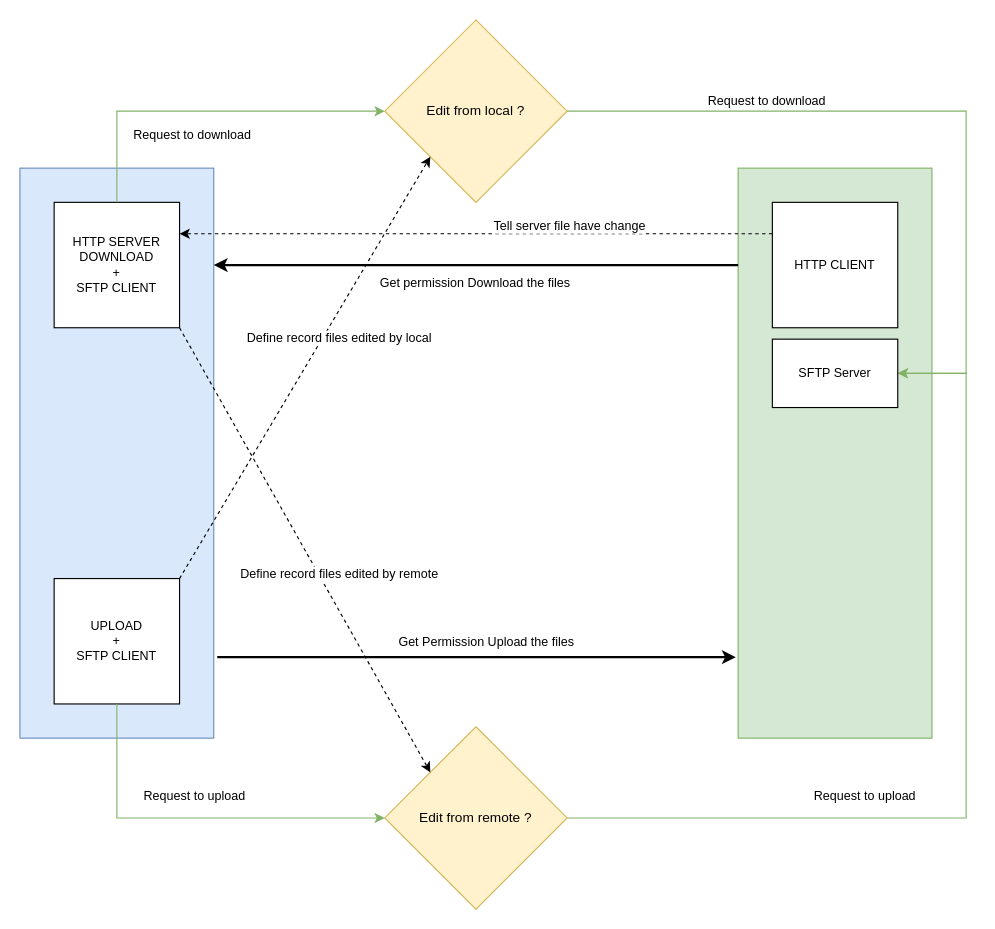
This is diagram_devsync2.drawio from rolldone/ngi-sync, a draw.io file, before an edit. Source tidied: cells renumbered, new cells numbered last; positions are measured from the earlier drawing's top-left corner, leaving out a move shared by most shapes. Both pictures are drawn from the tidied source at 114%, with x=0, y=0 at pixel (19, 19).
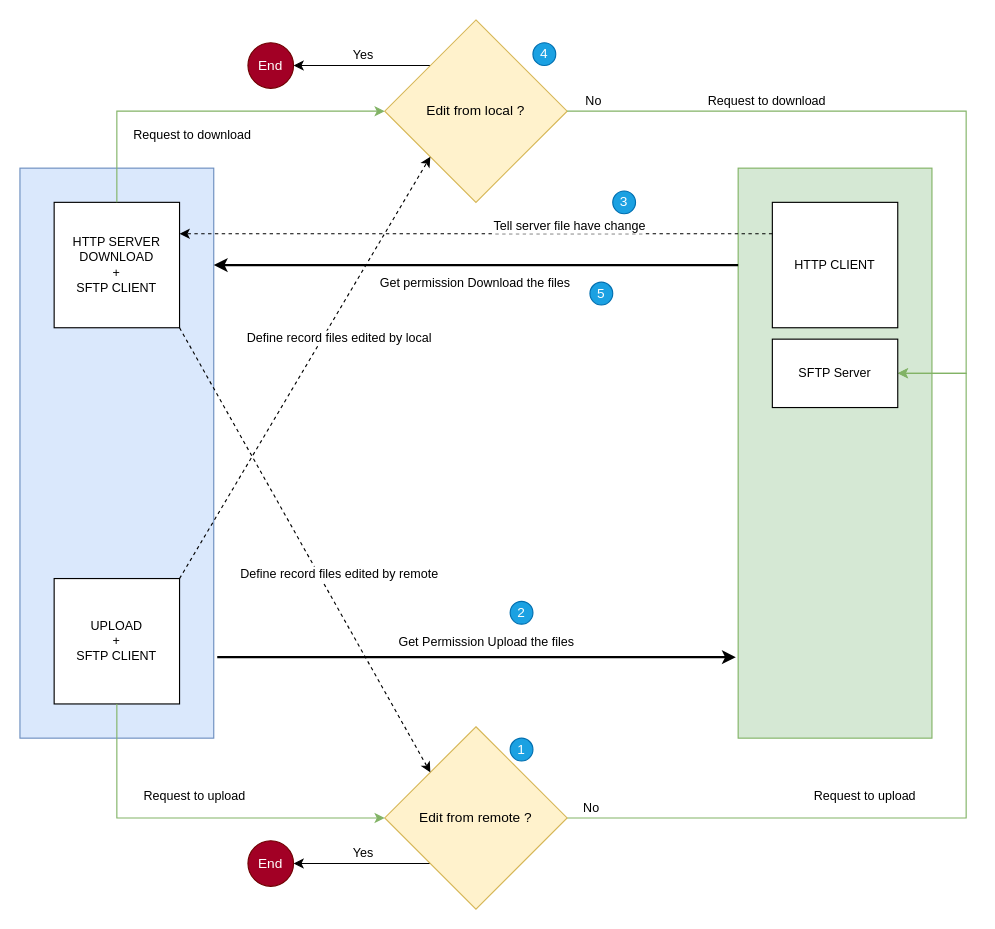
Above is the later version.

Commit message (it also covers changes not shown here):
New asset - Add scheme devsync and devsync2

The change refers to these unchanged cells:
```xml
<mxCell id="15" value="Edit from local ?" style="rhombus;whiteSpace=wrap;html=1;fillColor=#fff2cc;strokeColor=#d6b656;" parent="5" vertex="1">
  <mxGeometry x="320" width="160" height="160" as="geometry" />
</mxCell>
<mxCell id="18" style="endArrow=classic;html=1;exitX=1;exitY=0.5;exitDx=0;exitDy=0;entryX=1;entryY=0.5;entryDx=0;entryDy=0;rounded=0;fillColor=#d5e8d4;strokeColor=#82b366;" parent="5" edge="1" source="15" target="27">
  <mxGeometry relative="1" as="geometry">
    <Array as="points">
      <mxPoint x="830" y="80" />
      <mxPoint x="830" y="310" />
    </Array>
  </mxGeometry>
</mxCell>
<mxCell id="20" style="edgeStyle=orthogonalEdgeStyle;rounded=0;jettySize=auto;html=1;strokeWidth=1;entryX=1;entryY=0.5;entryDx=0;entryDy=0;fillColor=#d5e8d4;strokeColor=#82b366;exitX=1;exitY=0.5;exitDx=0;exitDy=0;" parent="5" edge="1" source="22" target="27">
  <mxGeometry relative="1" as="geometry">
    <Array as="points">
      <mxPoint x="830" y="700" />
      <mxPoint x="830" y="310" />
    </Array>
  </mxGeometry>
</mxCell>
<mxCell id="22" value="Edit from remote ?" style="rhombus;whiteSpace=wrap;html=1;fillColor=#fff2cc;strokeColor=#d6b656;" parent="5" vertex="1">
  <mxGeometry x="320" y="620" width="160" height="160" as="geometry" />
</mxCell>
```

Change to the diagram source:
```diff
@@
+    <mxCell id="30" style="edgeStyle=orthogonalEdgeStyle;rounded=0;jettySize=auto;html=1;exitX=0;exitY=0;exitDx=0;exitDy=0;entryX=1;entryY=0.5;entryDx=0;entryDy=0;" parent="5" edge="1" source="15" target="41">
+      <mxGeometry relative="1" as="geometry" />
+    </mxCell>
+    <mxCell id="31" value="Yes" style="edgeLabel;html=1;align=center;verticalAlign=middle;" parent="30" vertex="1">
+      <mxGeometry x="-0.17" y="1" relative="1" as="geometry">
+        <mxPoint x="-10" y="-11" as="offset" />
+      </mxGeometry>
+    </mxCell>
@@
+    <mxCell id="32" value="No" style="edgeLabel;html=1;align=center;verticalAlign=middle;" parent="18" vertex="1">
+      <mxGeometry x="-0.93" relative="1" as="geometry">
+        <mxPoint y="-10" as="offset" />
+      </mxGeometry>
+    </mxCell>
@@
+    <mxCell id="33" value="No" style="edgeLabel;html=1;align=center;verticalAlign=middle;" parent="20" vertex="1">
+      <mxGeometry x="-0.95" relative="1" as="geometry">
+        <mxPoint y="-10" as="offset" />
+      </mxGeometry>
+    </mxCell>
+    <mxCell id="34" style="edgeStyle=orthogonalEdgeStyle;rounded=0;jettySize=auto;html=1;exitX=0;exitY=1;exitDx=0;exitDy=0;entryX=1;entryY=0.5;entryDx=0;entryDy=0;" parent="5" edge="1" source="22" target="42">
+      <mxGeometry relative="1" as="geometry" />
+    </mxCell>
+    <mxCell id="35" value="Yes" style="edgeLabel;html=1;align=center;verticalAlign=middle;" parent="34" vertex="1">
+      <mxGeometry x="-0.11" relative="1" as="geometry">
+        <mxPoint x="-6.9" y="-10" as="offset" />
+      </mxGeometry>
+    </mxCell>
@@
+    <mxCell id="36" value="1" style="ellipse;whiteSpace=wrap;html=1;fillColor=#1ba1e2;strokeColor=#006EAF;fontColor=#ffffff;" parent="5" vertex="1">
+      <mxGeometry x="430" y="630" width="20" height="20" as="geometry" />
+    </mxCell>
+    <mxCell id="37" value="2" style="ellipse;whiteSpace=wrap;html=1;fillColor=#1ba1e2;strokeColor=#006EAF;fontColor=#ffffff;" parent="5" vertex="1">
+      <mxGeometry x="430" y="510" width="20" height="20" as="geometry" />
+    </mxCell>
+    <mxCell id="38" value="3" style="ellipse;whiteSpace=wrap;html=1;fillColor=#1ba1e2;strokeColor=#006EAF;fontColor=#ffffff;" parent="5" vertex="1">
+      <mxGeometry x="520" y="150" width="20" height="20" as="geometry" />
+    </mxCell>
+    <mxCell id="39" value="4" style="ellipse;whiteSpace=wrap;html=1;fillColor=#1ba1e2;strokeColor=#006EAF;fontColor=#ffffff;" parent="5" vertex="1">
+      <mxGeometry x="450" y="20" width="20" height="20" as="geometry" />
+    </mxCell>
+    <mxCell id="40" value="5" style="ellipse;whiteSpace=wrap;html=1;fillColor=#1ba1e2;strokeColor=#006EAF;fontColor=#ffffff;" parent="5" vertex="1">
+      <mxGeometry x="500" y="230" width="20" height="20" as="geometry" />
+    </mxCell>
+    <mxCell id="41" value="End" style="ellipse;whiteSpace=wrap;html=1;fillColor=#a20025;strokeColor=#6F0000;fontColor=#ffffff;" parent="5" vertex="1">
+      <mxGeometry x="200" y="20" width="40" height="40" as="geometry" />
+    </mxCell>
+    <mxCell id="42" value="End" style="ellipse;whiteSpace=wrap;html=1;fillColor=#a20025;strokeColor=#6F0000;fontColor=#ffffff;" parent="5" vertex="1">
+      <mxGeometry x="200" y="720" width="40" height="40" as="geometry" />
+    </mxCell>
```
